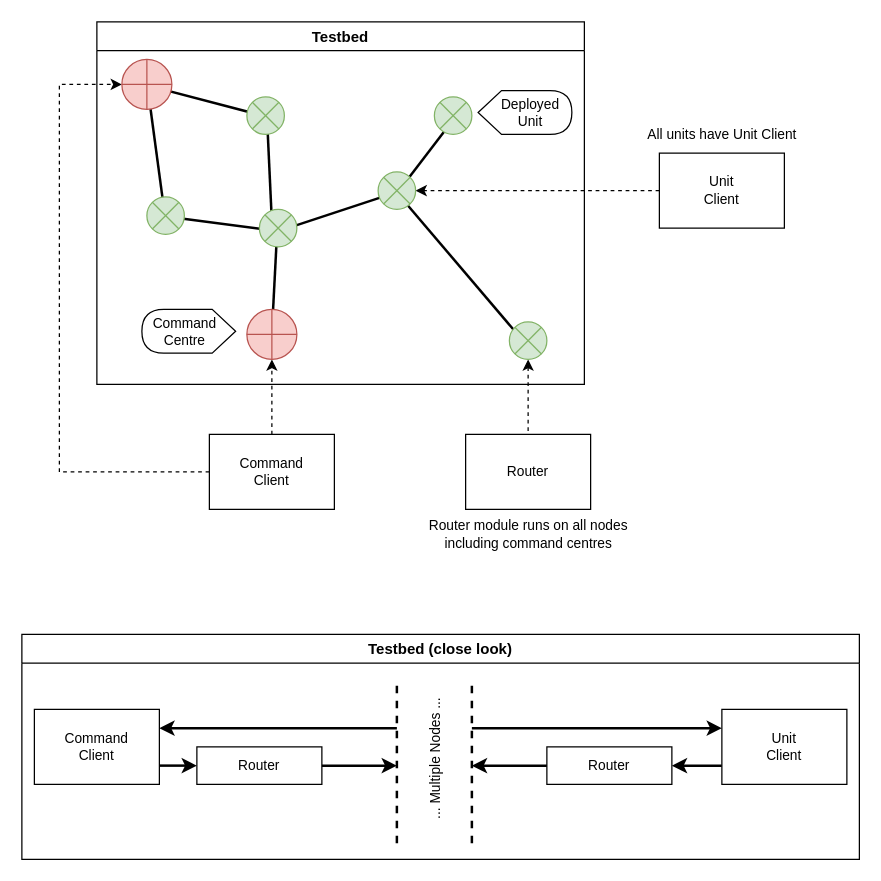
This is docs/figures/modules_diagram.drawio from mido3ds/C4IAN, a draw.io file, before an edit. Source tidied: cells renumbered, new cells numbered last; positions are measured from the earlier drawing's top-left corner, leaving out a move shared by most shapes. Both pictures are drawn from the tidied source at 125%, with x=0, y=0 at pixel (21, 21).
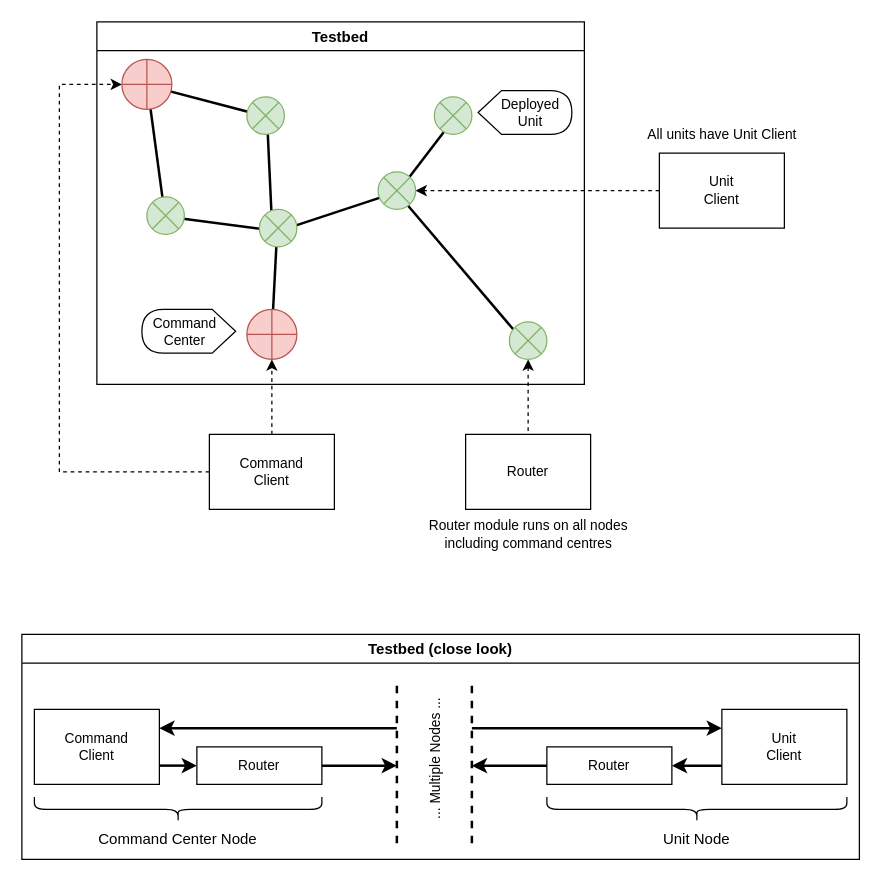
The same page after the edit.

Commit message (it also covers changes not shown here):
diagram: shows that each node has a router

The change refers to these unchanged cells:
```xml
<mxCell id="7" value="Testbed" style="swimlane;swimlaneLine=1;glass=0;sketch=0;startSize=23;" parent="1" vertex="1">
  <mxGeometry x="60" width="390" height="290" as="geometry" />
</mxCell>
<mxCell id="30" value="Testbed (close look)" style="swimlane;swimlaneLine=1;glass=0;sketch=0;comic=0;" parent="1" vertex="1">
  <mxGeometry y="490" width="670" height="180" as="geometry" />
</mxCell>
```

Change to the diagram source:
```diff
@@
-    <mxCell id="24" value="Command&lt;br&gt;Centre" style="shape=display;whiteSpace=wrap;html=1;fontSize=11;verticalAlign=middle;labelPosition=center;verticalLabelPosition=middle;align=center;horizontal=1;spacingTop=1;spacingLeft=-6;direction=west;" parent="7" vertex="1">
+    <mxCell id="24" value="Command&lt;br&gt;Center" style="shape=display;whiteSpace=wrap;html=1;fontSize=11;verticalAlign=middle;labelPosition=center;verticalLabelPosition=middle;align=center;horizontal=1;spacingTop=1;spacingLeft=-6;direction=west;" parent="7" vertex="1">
       <mxGeometry x="36" y="230" width="75" height="35" as="geometry" />
     </mxCell>
@@
+    <mxCell id="46" value="Unit Node" style="shape=curlyBracket;whiteSpace=wrap;html=1;rounded=1;direction=north;labelPosition=center;verticalLabelPosition=bottom;align=center;verticalAlign=top;" parent="30" vertex="1">
+      <mxGeometry x="420" y="130" width="240" height="20" as="geometry" />
+    </mxCell>
+    <mxCell id="47" value="Command Center Node" style="shape=curlyBracket;whiteSpace=wrap;html=1;rounded=1;direction=north;labelPosition=center;verticalLabelPosition=bottom;align=center;verticalAlign=top;" parent="30" vertex="1">
+      <mxGeometry x="10" y="130" width="230" height="20" as="geometry" />
+    </mxCell>
```
